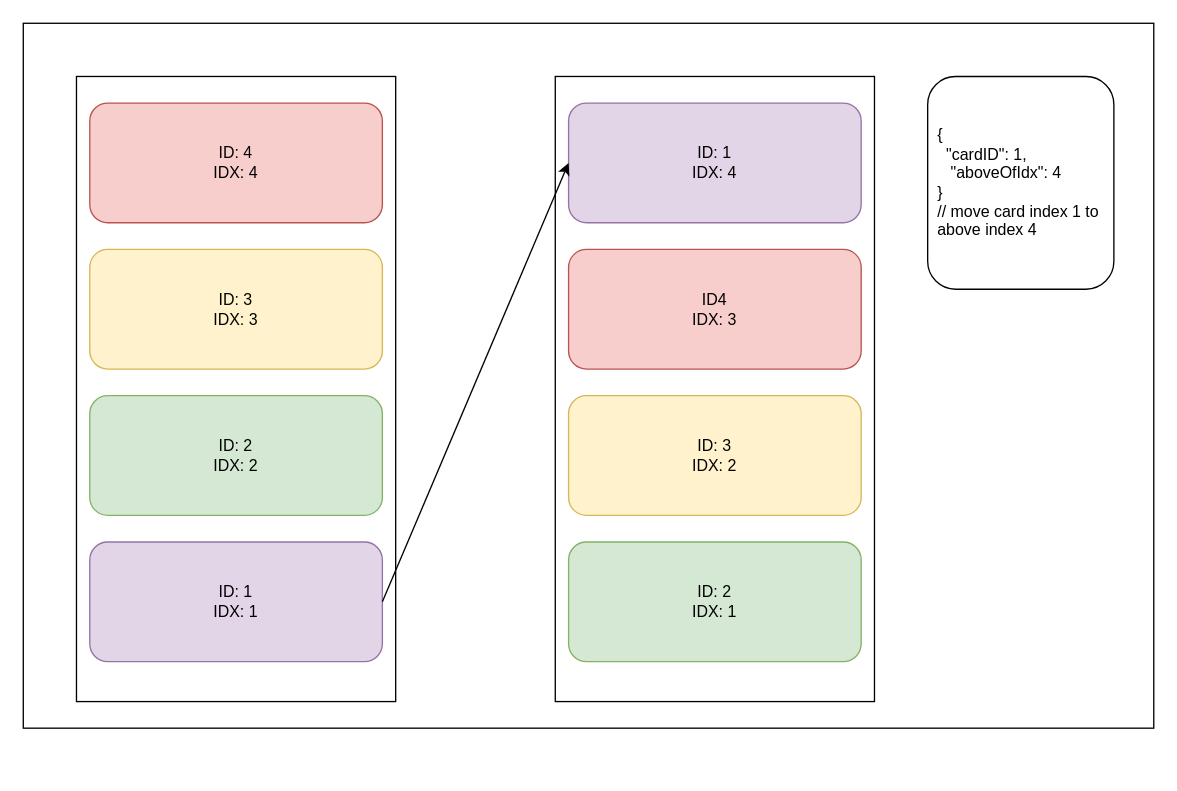
Earlier version of the draw.io diagram docs/drawio/ReorderCardExp.drawio (thanhpp/prom). Source tidied: cells renumbered, new cells numbered last; positions are measured from the earlier drawing's top-left corner, leaving out a move shared by most shapes. Both pictures are drawn from the tidied source at 133%, with x=0, y=0 at pixel (23, 23).
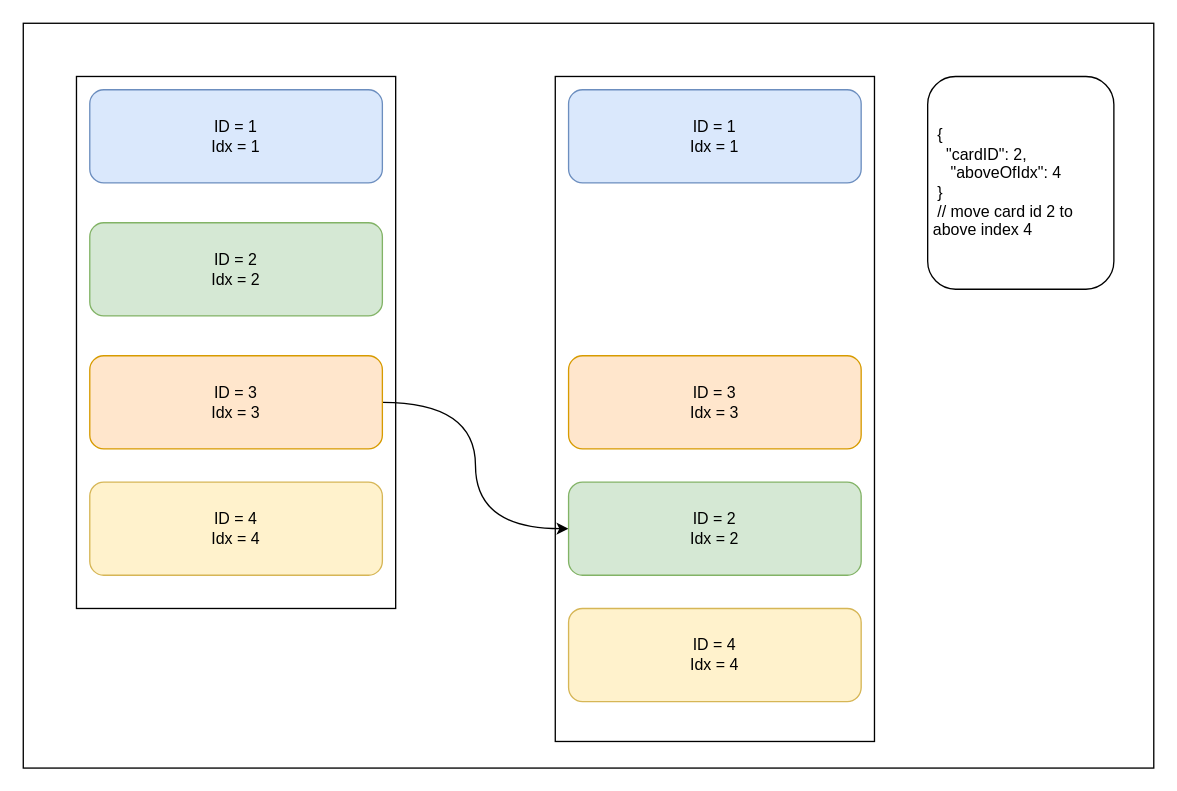
Above is the later version.

The edit, as a diff of the source:
```diff
@@
 <mxGraphModel>
   <root>
     <mxCell id="0" />
     <mxCell id="1" parent="0" />
-    <mxCell id="2" style="rounded=0;whiteSpace=wrap;html=1;" parent="1" vertex="1">
-      <mxGeometry width="850" height="530" as="geometry" />
-    </mxCell>
+    <mxCell id="15" style="rounded=0;whiteSpace=wrap;html=1;" parent="1" vertex="1">
+      <mxGeometry width="850" height="560" as="geometry" />
+    </mxCell>
     <mxCell id="3" style="rounded=0;whiteSpace=wrap;html=1;" parent="1" vertex="1">
-      <mxGeometry x="40" y="40" width="240" height="470" as="geometry" />
+      <mxGeometry x="40" y="40" width="240" height="400" as="geometry" />
     </mxCell>
-    <mxCell id="4" value="ID: 4&lt;br&gt;IDX: 4" style="rounded=1;whiteSpace=wrap;html=1;fillColor=#f8cecc;strokeColor=#b85450;" parent="1" vertex="1">
-      <mxGeometry x="50" y="60" width="220" height="90" as="geometry" />
-    </mxCell>
-    <mxCell id="5" value="ID: 3&lt;br&gt;IDX: 3" style="rounded=1;whiteSpace=wrap;html=1;fillColor=#fff2cc;strokeColor=#d6b656;" parent="1" vertex="1">
-      <mxGeometry x="50" y="170" width="220" height="90" as="geometry" />
-    </mxCell>
-    <mxCell id="6" value="ID: 2&lt;br&gt;IDX: 2" style="rounded=1;whiteSpace=wrap;html=1;fillColor=#d5e8d4;strokeColor=#82b366;" parent="1" vertex="1">
-      <mxGeometry x="50" y="280" width="220" height="90" as="geometry" />
-    </mxCell>
-    <mxCell id="7" value="ID: 1&lt;br&gt;IDX: 1" style="rounded=1;whiteSpace=wrap;html=1;fillColor=#e1d5e7;strokeColor=#9673a6;" parent="1" vertex="1">
-      <mxGeometry x="50" y="390" width="220" height="90" as="geometry" />
-    </mxCell>
     <mxCell id="8" style="rounded=0;whiteSpace=wrap;html=1;" parent="1" vertex="1">
-      <mxGeometry x="400" y="40" width="240" height="470" as="geometry" />
+      <mxGeometry x="400" y="40" width="240" height="500" as="geometry" />
     </mxCell>
-    <mxCell id="9" value="ID: 1&lt;br&gt;IDX: 4" style="rounded=1;whiteSpace=wrap;html=1;fillColor=#e1d5e7;strokeColor=#9673a6;" parent="1" vertex="1">
-      <mxGeometry x="410" y="60" width="220" height="90" as="geometry" />
-    </mxCell>
-    <mxCell id="10" value="&lt;span&gt;ID4&lt;br&gt;IDX: 3&lt;/span&gt;" style="rounded=1;whiteSpace=wrap;html=1;fillColor=#f8cecc;strokeColor=#b85450;" parent="1" vertex="1">
-      <mxGeometry x="410" y="170" width="220" height="90" as="geometry" />
-    </mxCell>
-    <mxCell id="11" value="&lt;span&gt;ID: 3&lt;br&gt;IDX: 2&lt;/span&gt;" style="rounded=1;whiteSpace=wrap;html=1;fillColor=#fff2cc;strokeColor=#d6b656;" parent="1" vertex="1">
-      <mxGeometry x="410" y="280" width="220" height="90" as="geometry" />
-    </mxCell>
-    <mxCell id="12" value="&lt;span&gt;ID: 2&lt;br&gt;IDX: 1&lt;/span&gt;" style="rounded=1;whiteSpace=wrap;html=1;fillColor=#d5e8d4;strokeColor=#82b366;" parent="1" vertex="1">
-      <mxGeometry x="410" y="390" width="220" height="90" as="geometry" />
-    </mxCell>
-    <mxCell id="13" style="rounded=0;jettySize=auto;html=1;exitX=1;exitY=0.5;exitDx=0;exitDy=0;entryX=0;entryY=0.5;entryDx=0;entryDy=0;" parent="1" edge="1" source="7" target="9">
-      <mxGeometry relative="1" as="geometry" />
-    </mxCell>
-    <mxCell id="14" value="&lt;div style=&quot;text-align: left&quot;&gt;&lt;span&gt;&amp;nbsp; {&lt;/span&gt;&lt;/div&gt;&lt;div style=&quot;text-align: left&quot;&gt;&lt;span&gt;&amp;nbsp; &amp;nbsp; &quot;cardID&quot;: 1,&lt;/span&gt;&lt;/div&gt;&lt;div style=&quot;text-align: left&quot;&gt;&lt;span&gt;&amp;nbsp; &amp;nbsp; &amp;nbsp;&quot;&lt;/span&gt;&lt;span&gt;aboveOfIdx&lt;/span&gt;&lt;span&gt;&quot;: 4&lt;/span&gt;&lt;/div&gt;&lt;div style=&quot;text-align: left&quot;&gt;&lt;span&gt;&amp;nbsp; }&lt;br&gt;&amp;nbsp; // move card index 1 to&amp;nbsp; &amp;nbsp; above index 4&amp;nbsp;&lt;/span&gt;&lt;/div&gt;" style="rounded=1;whiteSpace=wrap;html=1;" parent="1" vertex="1">
+    <mxCell id="14" value="&lt;div style=&quot;text-align: left&quot;&gt;&lt;span&gt;&amp;nbsp; {&lt;/span&gt;&lt;/div&gt;&lt;div style=&quot;text-align: left&quot;&gt;&lt;span&gt;&amp;nbsp; &amp;nbsp; &quot;cardID&quot;: 2,&lt;/span&gt;&lt;/div&gt;&lt;div style=&quot;text-align: left&quot;&gt;&lt;span&gt;&amp;nbsp; &amp;nbsp; &amp;nbsp;&quot;&lt;/span&gt;&lt;span&gt;aboveOfIdx&lt;/span&gt;&lt;span&gt;&quot;: 4&lt;/span&gt;&lt;/div&gt;&lt;div style=&quot;text-align: left&quot;&gt;&lt;span&gt;&amp;nbsp; }&lt;br&gt;&amp;nbsp; // move card id 2 to&amp;nbsp; &amp;nbsp; &amp;nbsp; &amp;nbsp;above index 4&amp;nbsp;&lt;/span&gt;&lt;/div&gt;" style="rounded=1;whiteSpace=wrap;html=1;" parent="1" vertex="1">
       <mxGeometry x="680" y="40" width="140" height="160" as="geometry" />
     </mxCell>
+    <mxCell id="16" value="ID = 1&lt;br&gt;Idx = 1" style="rounded=1;whiteSpace=wrap;html=1;fillColor=#dae8fc;strokeColor=#6c8ebf;" parent="1" vertex="1">
+      <mxGeometry x="50" y="50" width="220" height="70" as="geometry" />
+    </mxCell>
+    <mxCell id="17" value="&lt;span&gt;ID = 2&lt;/span&gt;&lt;br&gt;&lt;span&gt;Idx = 2&lt;/span&gt;" style="rounded=1;whiteSpace=wrap;html=1;fillColor=#d5e8d4;strokeColor=#82b366;" parent="1" vertex="1">
+      <mxGeometry x="50" y="150" width="220" height="70" as="geometry" />
+    </mxCell>
+    <mxCell id="18" style="edgeStyle=orthogonalEdgeStyle;rounded=0;jettySize=auto;html=1;exitX=1;exitY=0.5;exitDx=0;exitDy=0;entryX=0;entryY=0.5;entryDx=0;entryDy=0;curved=1;" parent="1" edge="1" source="19" target="24">
+      <mxGeometry relative="1" as="geometry" />
+    </mxCell>
+    <mxCell id="19" value="&lt;span&gt;ID = 3&lt;/span&gt;&lt;br&gt;&lt;span&gt;Idx = 3&lt;/span&gt;" style="rounded=1;whiteSpace=wrap;html=1;fillColor=#ffe6cc;strokeColor=#d79b00;" parent="1" vertex="1">
+      <mxGeometry x="50" y="250" width="220" height="70" as="geometry" />
+    </mxCell>
+    <mxCell id="20" value="&lt;span&gt;ID = 4&lt;/span&gt;&lt;br&gt;&lt;span&gt;Idx = 4&lt;/span&gt;" style="rounded=1;whiteSpace=wrap;html=1;fillColor=#fff2cc;strokeColor=#d6b656;" parent="1" vertex="1">
+      <mxGeometry x="50" y="345" width="220" height="70" as="geometry" />
+    </mxCell>
+    <mxCell id="21" value="ID = 1&lt;br&gt;Idx = 1" style="rounded=1;whiteSpace=wrap;html=1;fillColor=#dae8fc;strokeColor=#6c8ebf;" parent="1" vertex="1">
+      <mxGeometry x="410" y="50" width="220" height="70" as="geometry" />
+    </mxCell>
+    <mxCell id="22" value="&lt;span&gt;ID = 3&lt;/span&gt;&lt;br&gt;&lt;span&gt;Idx = 3&lt;/span&gt;" style="rounded=1;whiteSpace=wrap;html=1;fillColor=#ffe6cc;strokeColor=#d79b00;" parent="1" vertex="1">
+      <mxGeometry x="410" y="250" width="220" height="70" as="geometry" />
+    </mxCell>
+    <mxCell id="23" value="&lt;span&gt;ID = 4&lt;/span&gt;&lt;br&gt;&lt;span&gt;Idx = 4&lt;/span&gt;" style="rounded=1;whiteSpace=wrap;html=1;fillColor=#fff2cc;strokeColor=#d6b656;" parent="1" vertex="1">
+      <mxGeometry x="410" y="440" width="220" height="70" as="geometry" />
+    </mxCell>
+    <mxCell id="24" value="&lt;span&gt;ID = 2&lt;/span&gt;&lt;br&gt;&lt;span&gt;Idx = 2&lt;/span&gt;" style="rounded=1;whiteSpace=wrap;html=1;fillColor=#d5e8d4;strokeColor=#82b366;" parent="1" vertex="1">
+      <mxGeometry x="410" y="345" width="220" height="70" as="geometry" />
+    </mxCell>
+    <mxCell id="25" style="edgeStyle=orthogonalEdgeStyle;rounded=0;orthogonalLoop=1;jettySize=auto;html=1;exitX=0.5;exitY=1;exitDx=0;exitDy=0;" parent="1" edge="1" source="22" target="22">
+      <mxGeometry relative="1" as="geometry" />
+    </mxCell>
   </root>
 </mxGraphModel>
```
